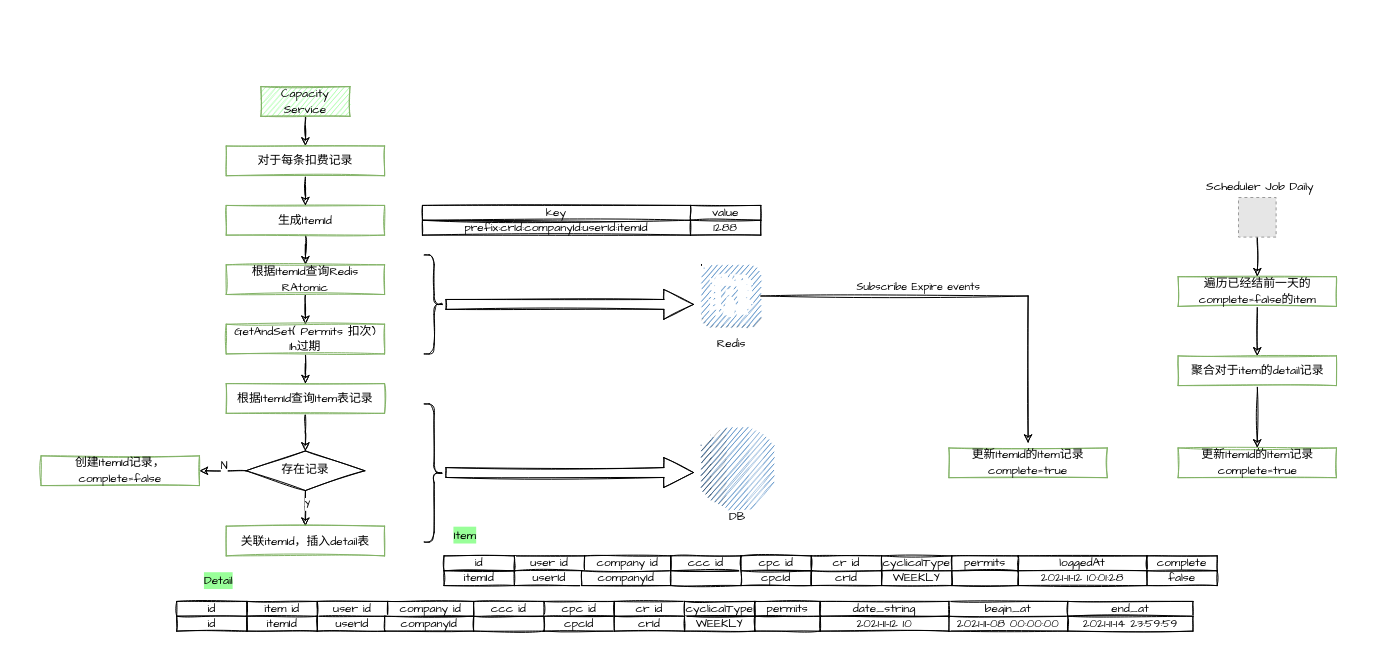
yindongjun/gangzhang.github.io keeps this draw.io diagram as page "Redis Cache to DB" (6 of 6) of Capacity Management.drawio. Above is the earlier version. Source tidied: cells renumbered, new cells numbered last; positions are measured from the earlier drawing's top-left corner, leaving out a move shared by most shapes. Both pictures are drawn from the tidied source at 99%, with x=0, y=0 at pixel (41, 86). Pictures stored in the file or linked from it are replaced by grey dashed boxes.
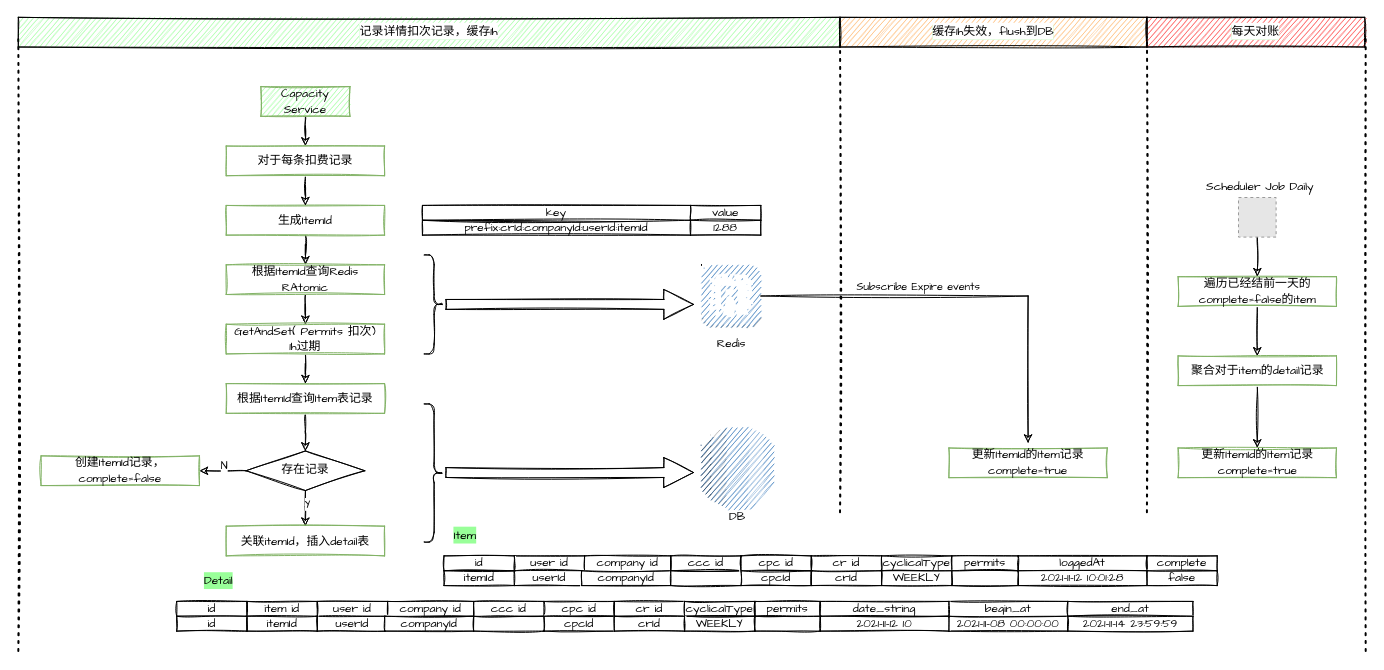
Above is the later version.

What changed in the source:
```diff
@@
+    <mxCell id="90" style="endArrow=none;dashed=1;html=1;dashPattern=1 3;strokeWidth=2;rounded=0;sketch=1;fontFamily=Comic Sans MS;" parent="1" edge="1">
+      <mxGeometry relative="1" as="geometry">
+        <mxPoint x="-23" y="570" as="sourcePoint" />
+        <mxPoint x="-23" y="-50" as="targetPoint" />
+      </mxGeometry>
+    </mxCell>
+    <mxCell id="91" style="endArrow=none;dashed=1;html=1;dashPattern=1 3;strokeWidth=2;rounded=0;sketch=1;fontFamily=Comic Sans MS;" parent="1" edge="1">
+      <mxGeometry relative="1" as="geometry">
+        <mxPoint x="807" y="430" as="sourcePoint" />
+        <mxPoint x="807" y="-50" as="targetPoint" />
+      </mxGeometry>
+    </mxCell>
+    <mxCell id="92" style="endArrow=none;dashed=1;html=1;dashPattern=1 3;strokeWidth=2;rounded=0;sketch=1;fontFamily=Comic Sans MS;" parent="1" edge="1">
+      <mxGeometry relative="1" as="geometry">
+        <mxPoint x="1117" y="430" as="sourcePoint" />
+        <mxPoint x="1117" y="-50" as="targetPoint" />
+      </mxGeometry>
+    </mxCell>
+    <mxCell id="93" value="&lt;span style=&quot;background-color: rgb(255 , 255 , 255)&quot;&gt;记录详情扣次记录，缓存1h&lt;/span&gt;" style="whiteSpace=wrap;html=1;labelBackgroundColor=#99FF99;sketch=1;fontFamily=Comic Sans MS;fillColor=#99FF99;" parent="1" vertex="1">
+      <mxGeometry x="-23" y="-70" width="830" height="30" as="geometry" />
+    </mxCell>
+    <mxCell id="94" value="&lt;span style=&quot;background-color: rgb(255 , 255 , 255)&quot;&gt;缓存1h失效，flush到DB&lt;/span&gt;" style="whiteSpace=wrap;html=1;labelBackgroundColor=#99FF99;sketch=1;fontFamily=Comic Sans MS;fillColor=#FFB366;" parent="1" vertex="1">
+      <mxGeometry x="807" y="-70" width="310" height="30" as="geometry" />
+    </mxCell>
+    <mxCell id="95" value="&lt;span style=&quot;background-color: rgb(255 , 255 , 255)&quot;&gt;每天对账&lt;/span&gt;" style="whiteSpace=wrap;html=1;labelBackgroundColor=#99FF99;sketch=1;fontFamily=Comic Sans MS;fillColor=#FF3333;" parent="1" vertex="1">
+      <mxGeometry x="1117" y="-70" width="220" height="30" as="geometry" />
+    </mxCell>
+    <mxCell id="96" style="endArrow=none;dashed=1;html=1;dashPattern=1 3;strokeWidth=2;rounded=0;sketch=1;fontFamily=Comic Sans MS;" parent="1" edge="1">
+      <mxGeometry relative="1" as="geometry">
+        <mxPoint x="1338" y="570" as="sourcePoint" />
+        <mxPoint x="1338" y="-51" as="targetPoint" />
+      </mxGeometry>
+    </mxCell>
```
